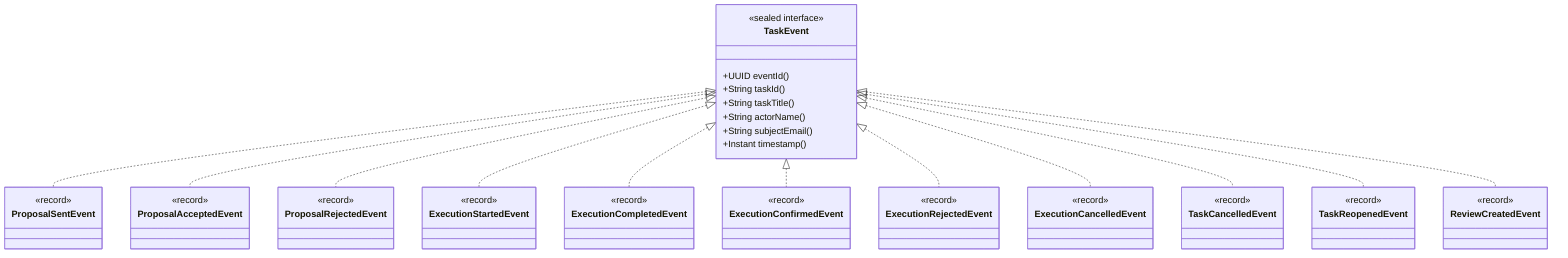
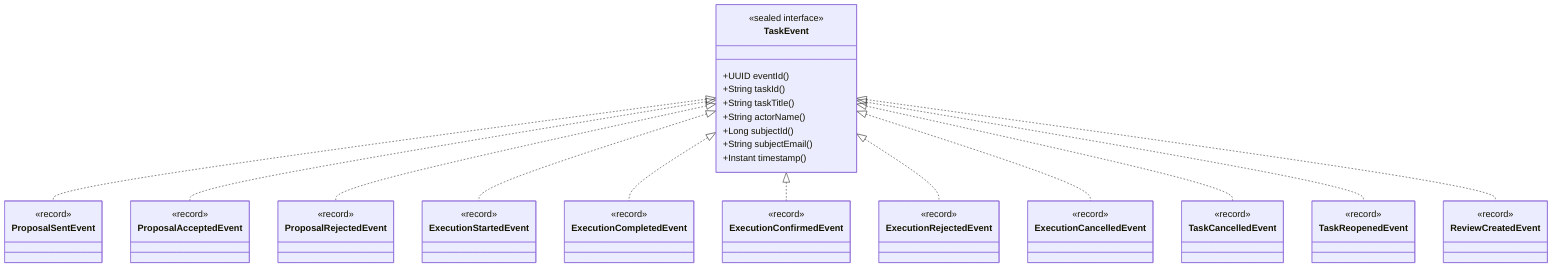
classDiagram
    class TaskEvent {
        <<sealed interface>>
        +UUID eventId()
        +String taskId()
        +String taskTitle()
        +String actorName()
+         +Long subjectId()
        +String subjectEmail()
        +Instant timestamp()
    }

    class ProposalSentEvent {
        <<record>>
    }
    class ProposalAcceptedEvent {
        <<record>>
    }
    class ProposalRejectedEvent {
        <<record>>
    }
    class ExecutionStartedEvent {
        <<record>>
    }
    class ExecutionCompletedEvent {
        <<record>>
    }
    class ExecutionConfirmedEvent {
        <<record>>
    }
    class ExecutionRejectedEvent {
        <<record>>
    }
    class ExecutionCancelledEvent {
        <<record>>
    }
    class TaskCancelledEvent {
        <<record>>
    }
    class TaskReopenedEvent {
        <<record>>
    }
    class ReviewCreatedEvent {
        <<record>>
    }

    TaskEvent <|.. ProposalSentEvent
    TaskEvent <|.. ProposalAcceptedEvent
    TaskEvent <|.. ProposalRejectedEvent
    TaskEvent <|.. ExecutionStartedEvent
    TaskEvent <|.. ExecutionCompletedEvent
    TaskEvent <|.. ExecutionConfirmedEvent
    TaskEvent <|.. ExecutionRejectedEvent
    TaskEvent <|.. ExecutionCancelledEvent
    TaskEvent <|.. TaskCancelledEvent
    TaskEvent <|.. TaskReopenedEvent
    TaskEvent <|.. ReviewCreatedEvent
